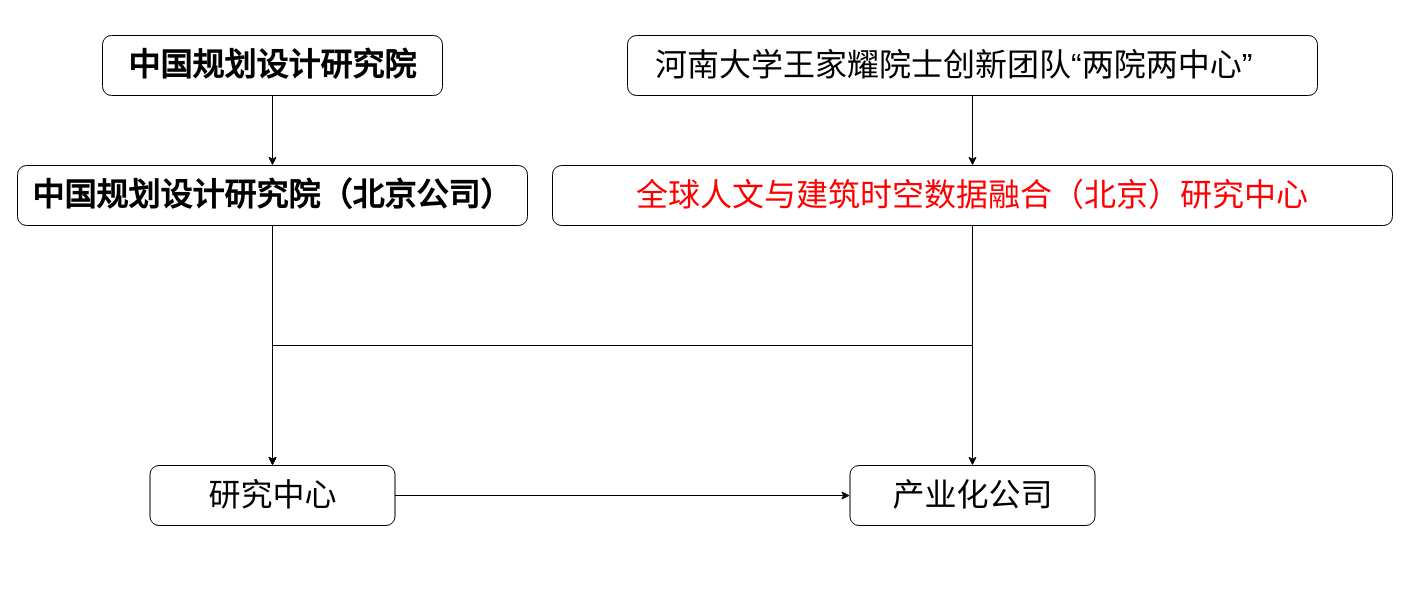
This is 团队组织架构.drawio from gaochaowyq/MinderGraph, a draw.io file, before an edit. Source tidied: cells renumbered, new cells numbered last; positions are measured from the earlier drawing's top-left corner, leaving out a move shared by most shapes. Both pictures are drawn from the tidied source at 100%, with x=0, y=0 at pixel (17, 35).
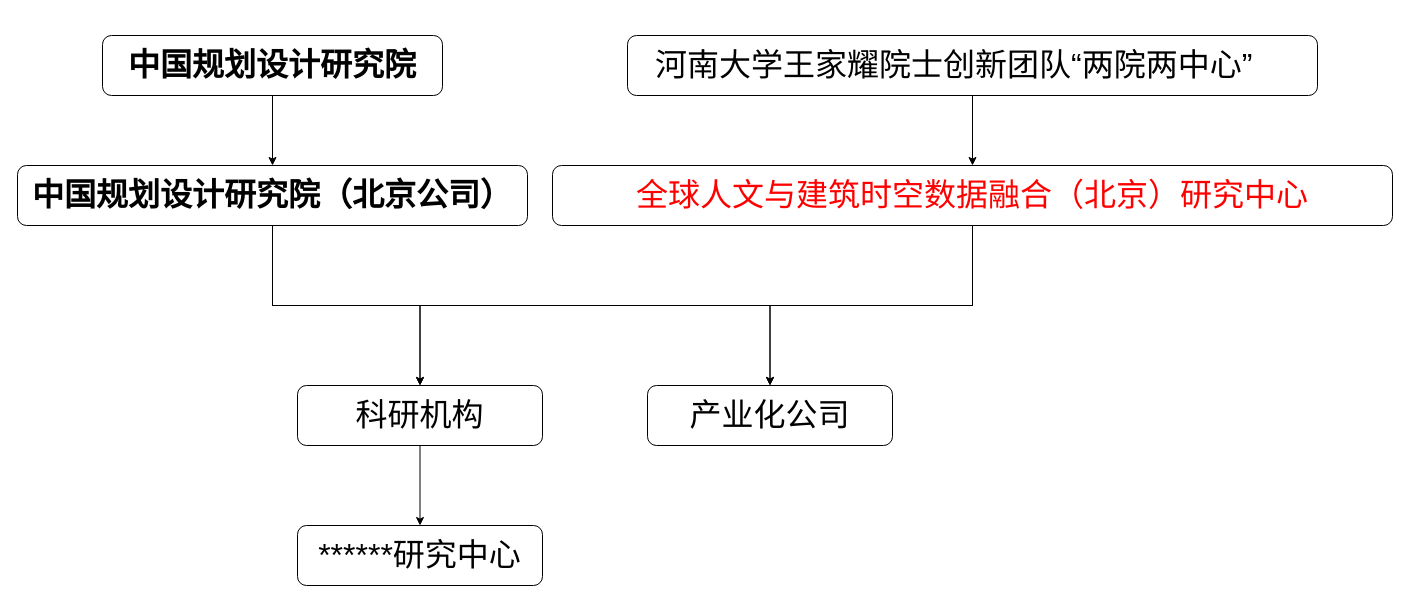
The same diagram, later.

Commit message (it also covers changes not shown here):
更新团队组织架构.drawio

The edit, as a diff of the source:
```diff
@@
 <mxGraphModel>
   <root>
     <mxCell id="0" />
     <mxCell id="1" parent="0" />
     <mxCell id="2" style="edgeStyle=orthogonalEdgeStyle;rounded=0;jettySize=auto;html=1;" parent="1" edge="1" source="3" target="6">
       <mxGeometry relative="1" as="geometry" />
     </mxCell>
     <mxCell id="3" value="&lt;br/&gt;&lt;br/&gt;&lt;div style=&quot;language:zh-CN;margin-top:0pt;margin-bottom:0pt;&lt;br/&gt;margin-left:.38in;text-indent:-.38in&quot; class=&quot;O0&quot;&gt;&lt;span style=&quot;font-size:24.0pt&quot;&gt;&lt;/span&gt;&lt;span style=&quot;font-size:24.0pt;&lt;br/&gt;font-family:仿宋;mso-ascii-font-family:仿宋;mso-fareast-font-family:仿宋;language:&lt;br/&gt;zh-CN&quot;&gt;河南大学王家耀院士创新团队“两院两中心”&lt;/span&gt;&lt;/div&gt;&lt;br/&gt;&lt;br/&gt;" style="rounded=1;whiteSpace=wrap;html=1;" parent="1" vertex="1">
       <mxGeometry x="610" width="690" height="60" as="geometry" />
     </mxCell>
-    <mxCell id="4" style="edgeStyle=orthogonalEdgeStyle;rounded=0;jettySize=auto;html=1;exitX=0.5;exitY=1;exitDx=0;exitDy=0;" parent="1" edge="1" source="6" target="12">
-      <mxGeometry relative="1" as="geometry" />
-    </mxCell>
-    <mxCell id="5" style="edgeStyle=orthogonalEdgeStyle;rounded=0;jettySize=auto;html=1;" parent="1" edge="1" source="6" target="13">
+    <mxCell id="5" style="edgeStyle=orthogonalEdgeStyle;rounded=0;jettySize=auto;html=1;entryX=0.5;entryY=0;entryDx=0;entryDy=0;exitX=0.5;exitY=1;exitDx=0;exitDy=0;" parent="1" edge="1" source="6" target="12">
       <mxGeometry relative="1" as="geometry" />
     </mxCell>
+    <mxCell id="14" style="edgeStyle=orthogonalEdgeStyle;rounded=0;jettySize=auto;html=1;" parent="1" edge="1" source="6" target="13">
+      <mxGeometry relative="1" as="geometry" />
+    </mxCell>
     <mxCell id="6" value="&lt;div&gt;&lt;font style=&quot;font-size: 32px;&quot;&gt;&lt;span style=&quot;color: red;&quot;&gt;全球人文与建筑时空数据融合（北京）研究中心&lt;/span&gt;&lt;/font&gt;&lt;/div&gt;" style="rounded=1;whiteSpace=wrap;html=1;" parent="1" vertex="1">
       <mxGeometry x="535" y="130" width="840" height="60" as="geometry" />
     </mxCell>
     <mxCell id="7" style="edgeStyle=orthogonalEdgeStyle;rounded=0;jettySize=auto;html=1;" parent="1" edge="1" source="8" target="10">
       <mxGeometry relative="1" as="geometry" />
     </mxCell>
     <mxCell id="8" value="&lt;font style=&quot;font-size: 32px;&quot;&gt;&lt;b&gt;中国规划设计研究院&lt;/b&gt;&lt;/font&gt;" style="rounded=1;whiteSpace=wrap;html=1;" parent="1" vertex="1">
       <mxGeometry x="85" width="340" height="60" as="geometry" />
     </mxCell>
     <mxCell id="9" style="edgeStyle=orthogonalEdgeStyle;rounded=0;jettySize=auto;html=1;" parent="1" edge="1" source="10" target="12">
       <mxGeometry relative="1" as="geometry" />
     </mxCell>
+    <mxCell id="15" style="edgeStyle=orthogonalEdgeStyle;rounded=0;jettySize=auto;html=1;exitX=0.5;exitY=1;exitDx=0;exitDy=0;" parent="1" edge="1" source="10" target="13">
+      <mxGeometry relative="1" as="geometry" />
+    </mxCell>
     <mxCell id="10" value="&lt;font style=&quot;font-size: 32px;&quot;&gt;&lt;b&gt;中国规划设计研究院（北京公司）&lt;/b&gt;&lt;/font&gt;" style="rounded=1;whiteSpace=wrap;html=1;" parent="1" vertex="1">
       <mxGeometry y="130" width="510" height="60" as="geometry" />
     </mxCell>
-    <mxCell id="11" style="edgeStyle=orthogonalEdgeStyle;rounded=0;jettySize=auto;html=1;" parent="1" edge="1" source="12" target="13">
-      <mxGeometry relative="1" as="geometry" />
-    </mxCell>
+    <mxCell id="16" style="edgeStyle=orthogonalEdgeStyle;rounded=0;jettySize=auto;html=1;" parent="1" edge="1" source="12" target="17">
+      <mxGeometry relative="1" as="geometry" />
+    </mxCell>
-    <mxCell id="12" value="&lt;font style=&quot;font-size: 32px;&quot;&gt;研究中心&lt;/font&gt;" style="rounded=1;whiteSpace=wrap;html=1;" parent="1" vertex="1">
-      <mxGeometry x="132.5" y="430" width="245" height="60" as="geometry" />
+    <mxCell id="12" value="&lt;font style=&quot;font-size: 32px;&quot;&gt;科研机构&lt;/font&gt;" style="rounded=1;whiteSpace=wrap;html=1;" parent="1" vertex="1">
+      <mxGeometry x="280" y="350" width="245" height="60" as="geometry" />
     </mxCell>
     <mxCell id="13" value="&lt;font style=&quot;font-size: 32px;&quot;&gt;产业化公司&lt;/font&gt;" style="rounded=1;whiteSpace=wrap;html=1;" parent="1" vertex="1">
-      <mxGeometry x="832.5" y="430" width="245" height="60" as="geometry" />
+      <mxGeometry x="630" y="350" width="245" height="60" as="geometry" />
     </mxCell>
+    <mxCell id="17" value="&lt;font style=&quot;font-size: 32px;&quot;&gt;******研究中心&lt;/font&gt;" style="rounded=1;whiteSpace=wrap;html=1;" parent="1" vertex="1">
+      <mxGeometry x="280" y="490" width="245" height="60" as="geometry" />
+    </mxCell>
   </root>
 </mxGraphModel>
```
